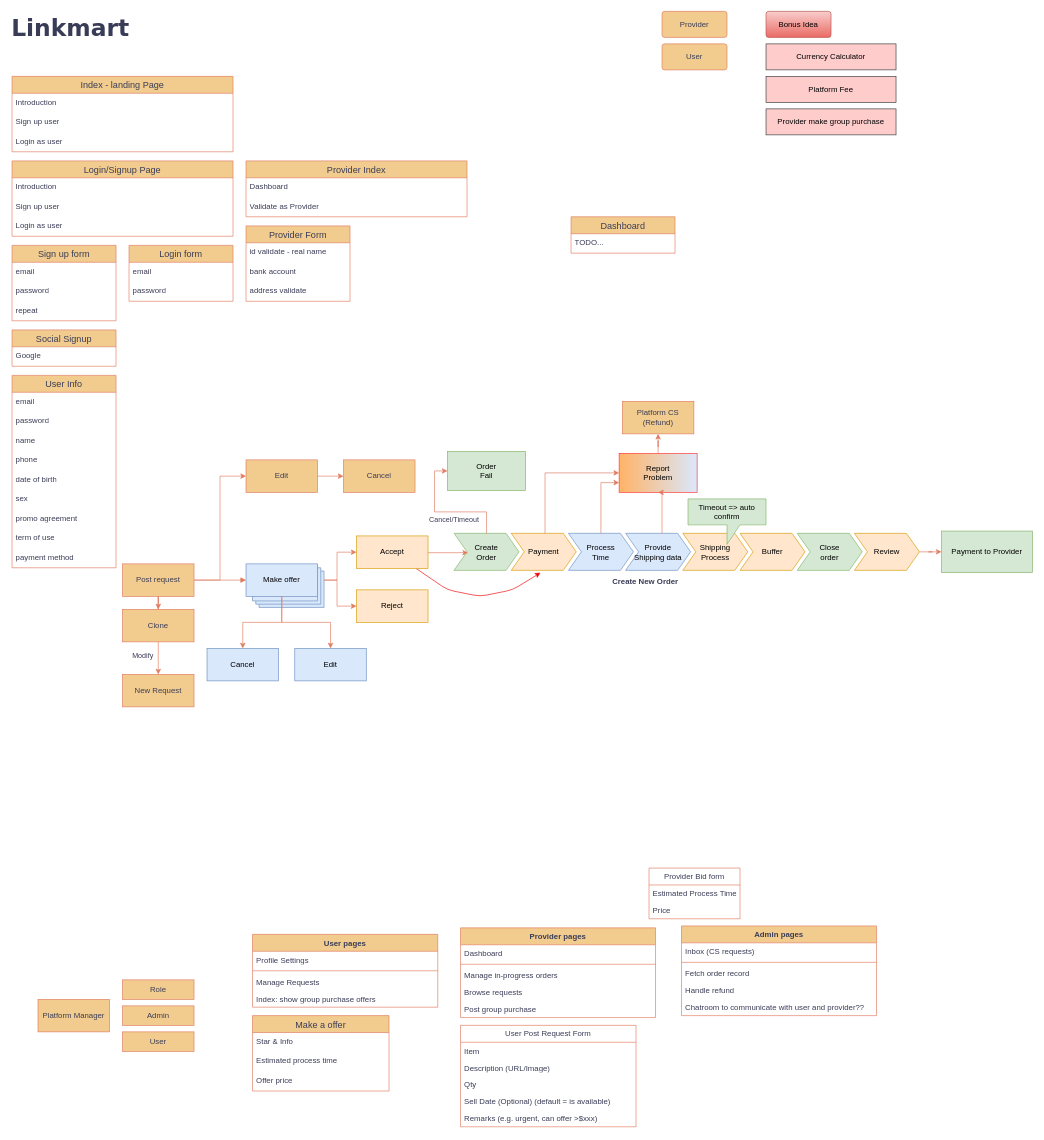
Above: docs/Linkmark.drawio in yt20chill/LinkMart (draw.io), before the change. Source tidied: cells renumbered, new cells numbered last; positions are measured from the earlier drawing's top-left corner, leaving out a move shared by most shapes. Both pictures are drawn from the tidied source at 65%, with x=0, y=0 at pixel (12, 11).
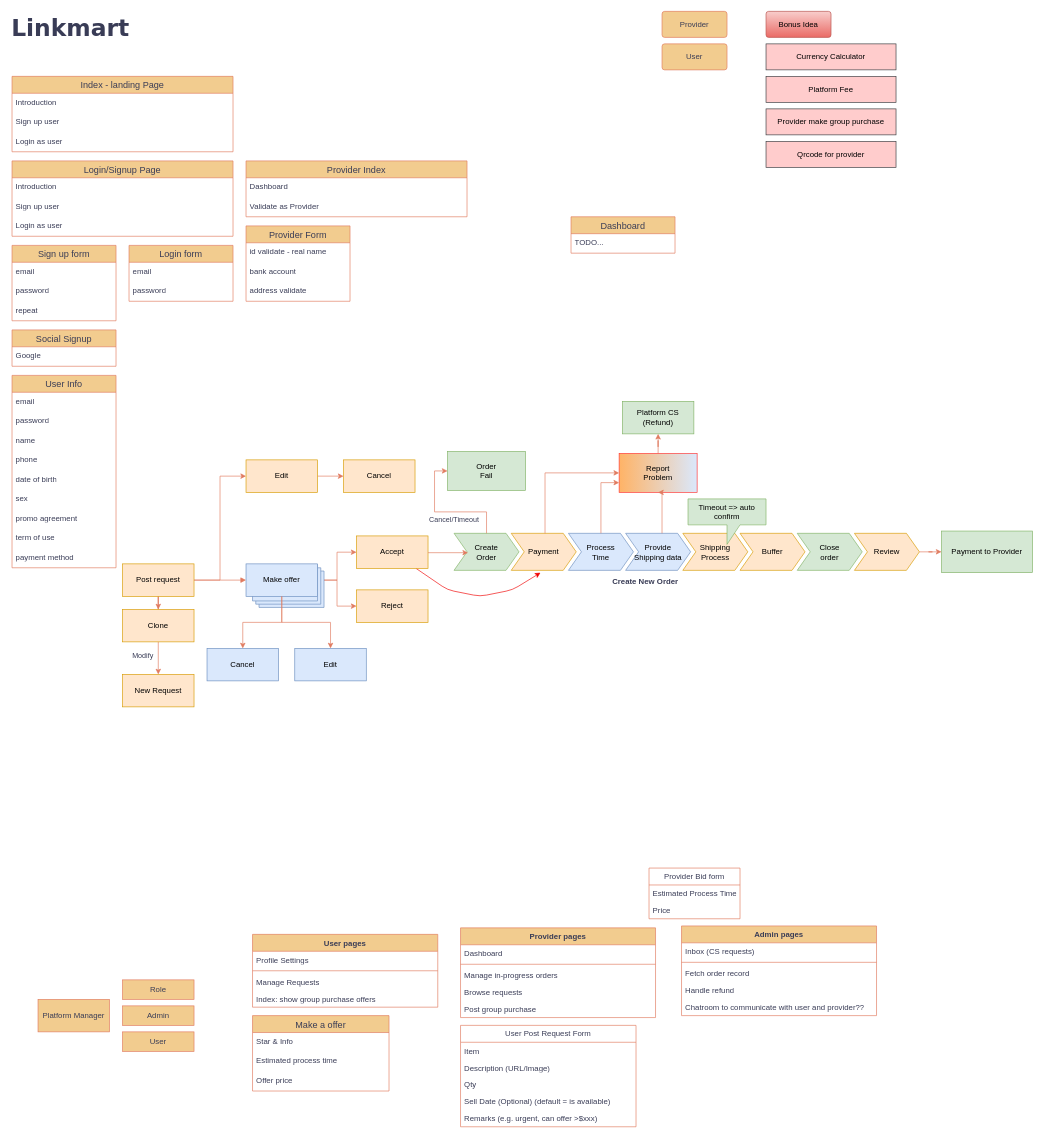
After the change.

Change to the diagram source:
```diff
@@
-    <mxCell id="52" value="Post request" style="html=1;whiteSpace=wrap;strokeColor=#E07A5F;fontColor=#393C56;fillColor=#F2CC8F;" parent="1" vertex="1">
+    <mxCell id="52" value="Post request" style="html=1;whiteSpace=wrap;strokeColor=#d79b00;fontColor=#000000;fillColor=#ffe6cc;" parent="1" vertex="1">
       <mxGeometry x="170" y="850" width="110" height="50" as="geometry" />
     </mxCell>
@@
-    <mxCell id="59" value="Cancel" style="html=1;whiteSpace=wrap;strokeColor=#E07A5F;fontColor=#393C56;fillColor=#F2CC8F;" parent="1" vertex="1">
+    <mxCell id="59" value="Cancel" style="html=1;whiteSpace=wrap;strokeColor=#d79b00;fontColor=#000000;fillColor=#ffe6cc;" parent="1" vertex="1">
       <mxGeometry x="510" y="690" width="110" height="50" as="geometry" />
     </mxCell>
@@
-    <mxCell id="61" value="Platform CS&lt;br&gt;(Refund)" style="html=1;whiteSpace=wrap;strokeColor=#E07A5F;fontColor=#393C56;fillColor=#F2CC8F;" parent="1" vertex="1">
+    <mxCell id="61" value="Platform CS&lt;br&gt;(Refund)" style="html=1;whiteSpace=wrap;strokeColor=#82b366;fontColor=#000000;fillColor=#d5e8d4;fillStyle=solid;rounded=0;" parent="1" vertex="1">
       <mxGeometry x="939" y="600" width="110" height="50" as="geometry" />
     </mxCell>
@@
-    <mxCell id="89" value="Edit" style="html=1;whiteSpace=wrap;strokeColor=#E07A5F;fontColor=#393C56;fillColor=#F2CC8F;" parent="1" vertex="1">
+    <mxCell id="89" value="Edit" style="html=1;whiteSpace=wrap;strokeColor=#d79b00;fontColor=#000000;fillColor=#ffe6cc;" parent="1" vertex="1">
       <mxGeometry x="360" y="690" width="110" height="50" as="geometry" />
     </mxCell>
@@
-    <mxCell id="119" value="Clone" style="html=1;whiteSpace=wrap;strokeColor=#E07A5F;fontColor=#393C56;fillColor=#F2CC8F;" parent="1" vertex="1">
+    <mxCell id="119" value="Clone" style="html=1;whiteSpace=wrap;strokeColor=#d79b00;fontColor=#000000;fillColor=#ffe6cc;" parent="1" vertex="1">
       <mxGeometry x="170" y="920" width="110" height="50" as="geometry" />
     </mxCell>
-    <mxCell id="120" value="New Request" style="html=1;whiteSpace=wrap;strokeColor=#E07A5F;fontColor=#393C56;fillColor=#F2CC8F;" parent="1" vertex="1">
+    <mxCell id="120" value="New Request" style="html=1;whiteSpace=wrap;strokeColor=#d79b00;fontColor=#000000;fillColor=#ffe6cc;" parent="1" vertex="1">
       <mxGeometry x="170" y="1020" width="110" height="50" as="geometry" />
     </mxCell>
@@
+    <mxCell id="126" value="Qrcode for provider" style="rounded=0;whiteSpace=wrap;html=1;strokeColor=#36393d;fillColor=#ffcccc;fontColor=#000000;" parent="1" vertex="1">
+      <mxGeometry x="1160" y="200" width="200" height="40" as="geometry" />
+    </mxCell>
```
